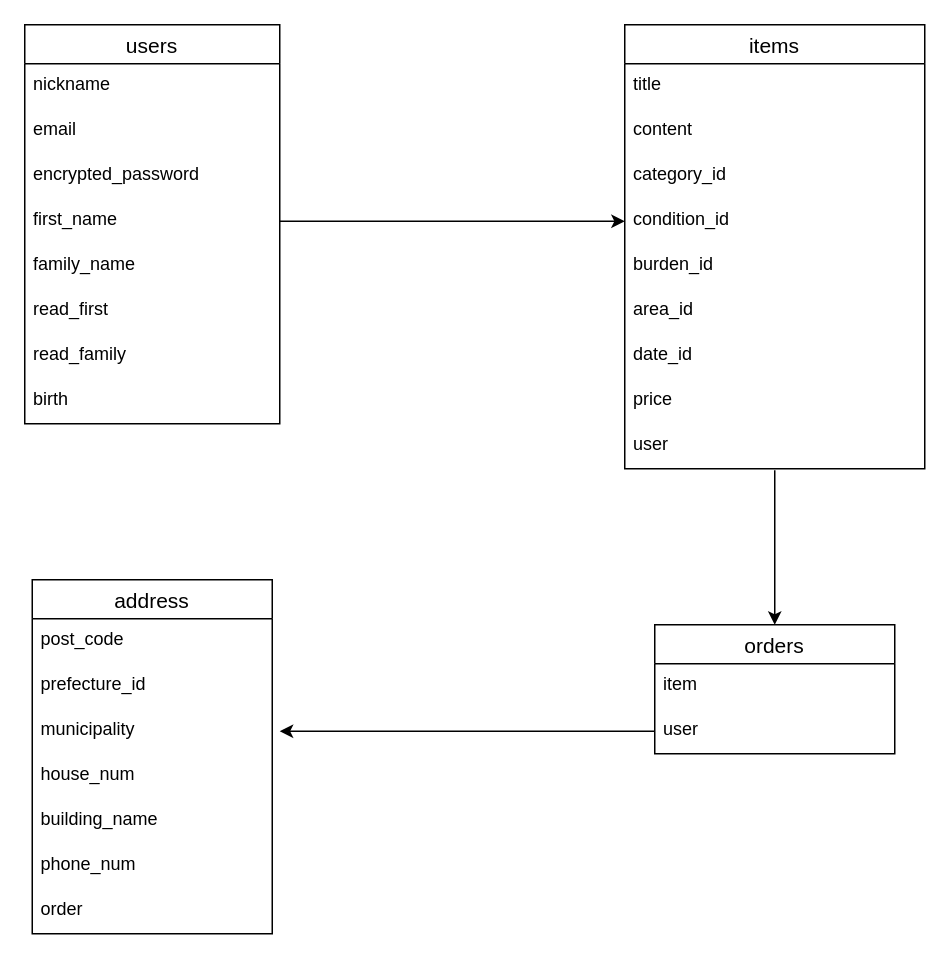
Above: furima.dio in lemon0922/furima-38251 (draw.io), before the change. Source tidied: cells renumbered, new cells numbered last; positions are measured from the earlier drawing's top-left corner, leaving out a move shared by most shapes. Both pictures are drawn from the tidied source at 150%, with x=0, y=0 at pixel (24, 24).
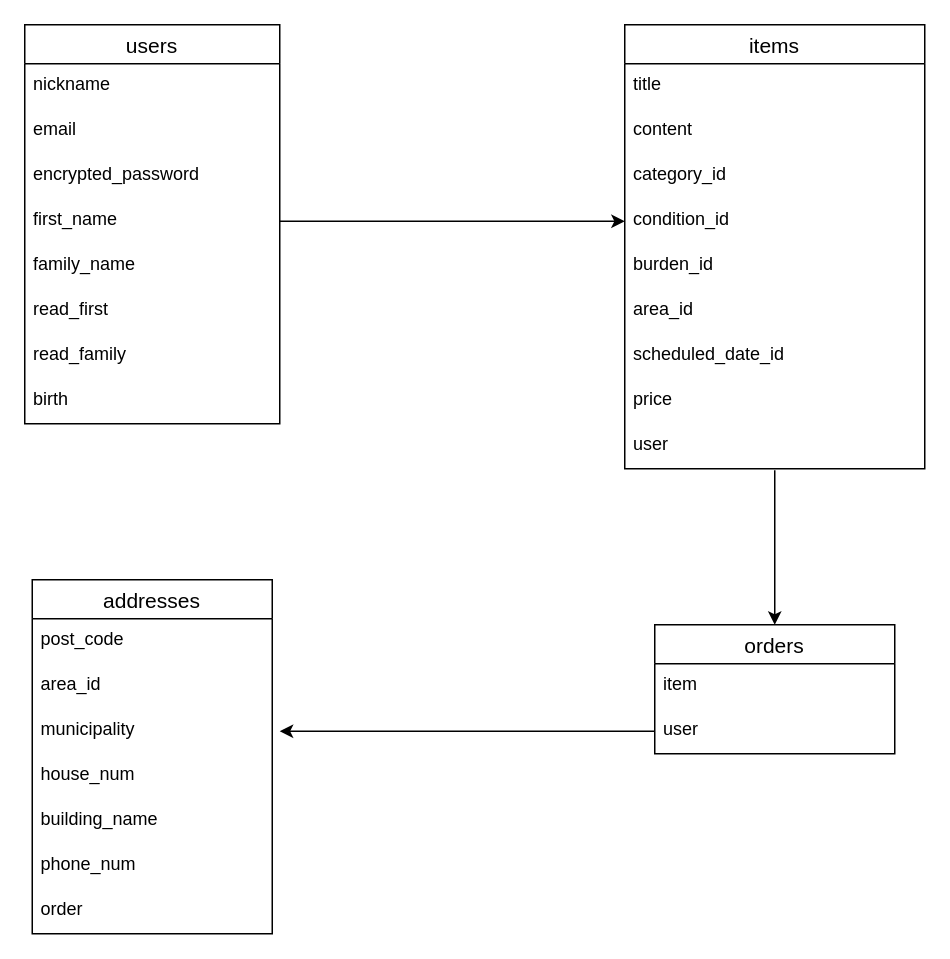
The same page after the edit.

Commit message (it also covers changes not shown here):
データベース設計修正4

Unchanged cells that the change refers to:
```xml
<mxCell id="11" value="items" style="swimlane;fontStyle=0;horizontal=1;startSize=26;align=center;fontSize=14;" parent="1" vertex="1">
  <mxGeometry x="400" width="200" height="296" as="geometry" />
</mxCell>
```

What changed in the source:
```diff
@@
-    <mxCell id="18" value="date_id&#10;" style="text;strokeColor=none;fillColor=none;spacingLeft=4;spacingRight=4;overflow=hidden;fontSize=12;" parent="11" vertex="1">
+    <mxCell id="18" value="scheduled_date_id" style="text;strokeColor=none;fillColor=none;spacingLeft=4;spacingRight=4;overflow=hidden;fontSize=12;" parent="11" vertex="1">
       <mxGeometry y="206" width="200" height="30" as="geometry" />
     </mxCell>
@@
-    <mxCell id="21" value="address" style="swimlane;fontStyle=0;horizontal=1;startSize=26;align=center;fontSize=14;" parent="1" vertex="1">
+    <mxCell id="21" value="addresses" style="swimlane;fontStyle=0;horizontal=1;startSize=26;align=center;fontSize=14;" parent="1" vertex="1">
       <mxGeometry x="5" y="370" width="160" height="236" as="geometry" />
     </mxCell>
@@
-    <mxCell id="23" value="prefecture_id" style="text;strokeColor=none;fillColor=none;spacingLeft=4;spacingRight=4;overflow=hidden;fontSize=12;" parent="21" vertex="1">
+    <mxCell id="23" value="area_id" style="text;strokeColor=none;fillColor=none;spacingLeft=4;spacingRight=4;overflow=hidden;fontSize=12;" parent="21" vertex="1">
       <mxGeometry y="56" width="160" height="30" as="geometry" />
     </mxCell>
```
